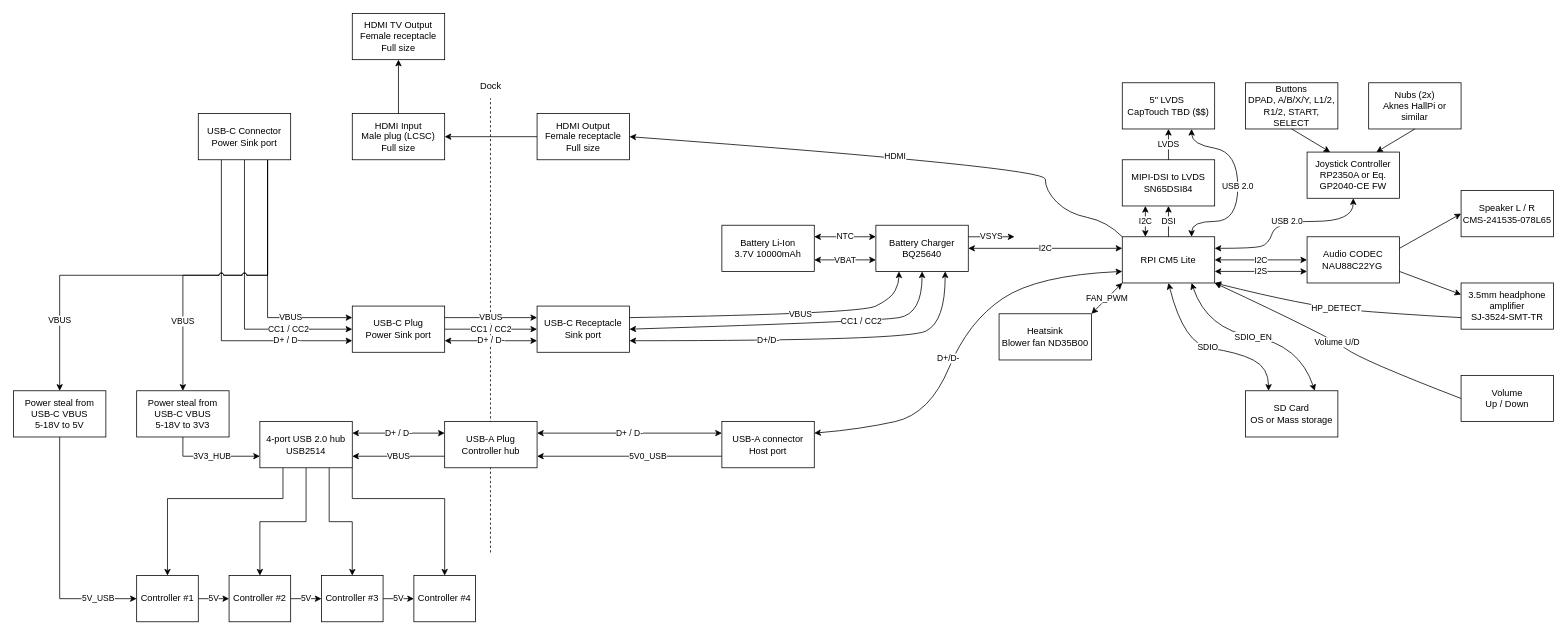
The draw.io diagram page "High-level overview" (1 of 2) of hardware/Rev1_00-0a/block diagram/Consolation - Block diagram.drawio in lecejeff/Consolation, before the edit. Source tidied: cells renumbered, new cells numbered last; positions are measured from the earlier drawing's top-left corner, leaving out a move shared by most shapes. Both pictures are drawn from the tidied source at 77%, with x=0, y=0 at pixel (13, 13).
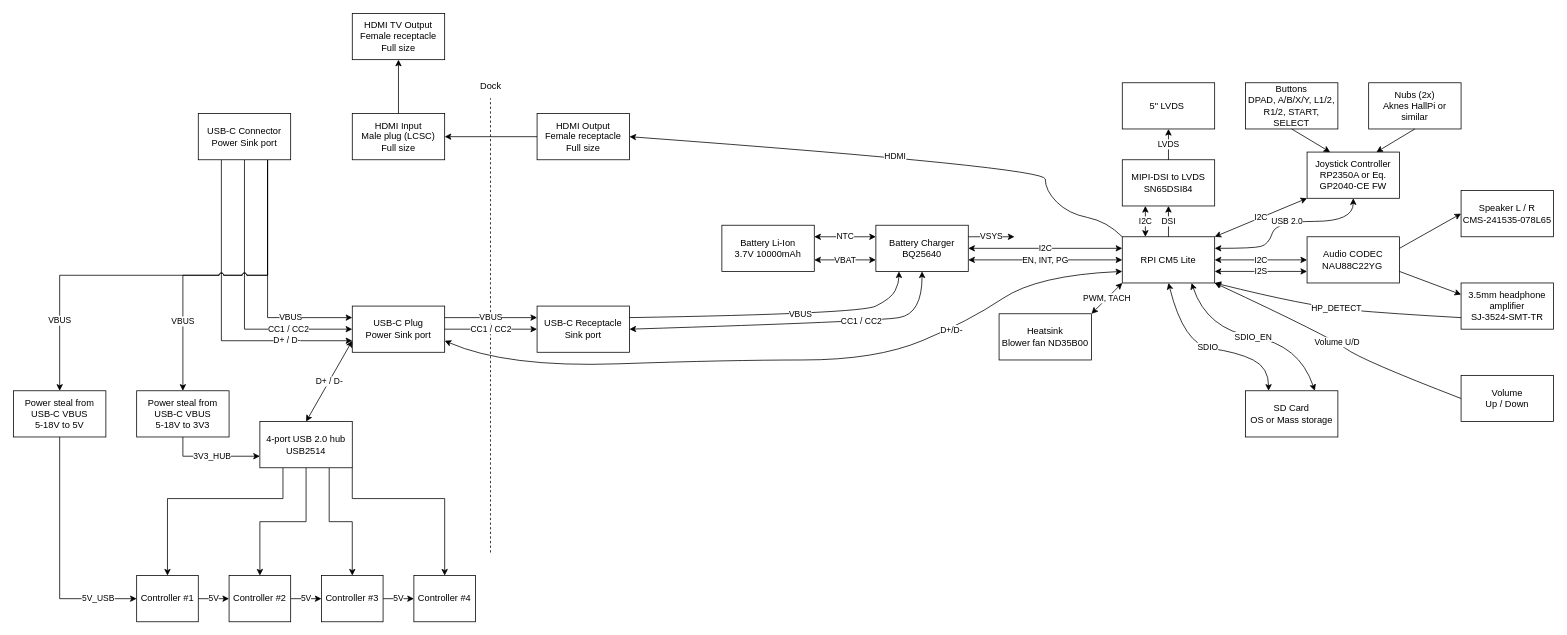
Above is the later version.

Unchanged cells that the change refers to:
```xml
<mxCell id="2" value="RPI CM5 Lite" style="rounded=0;whiteSpace=wrap;html=1;" parent="1" vertex="1">
  <mxGeometry x="1440" y="290" width="120" height="60" as="geometry" />
</mxCell>
<mxCell id="4" value="USB-C Receptacle&lt;br&gt;Sink port" style="rounded=0;whiteSpace=wrap;html=1;" parent="1" vertex="1">
  <mxGeometry x="680" y="380" width="120" height="60" as="geometry" />
</mxCell>
<mxCell id="6" value="MIPI-DSI to LVDS&lt;br&gt;SN65DSI84" style="rounded=0;whiteSpace=wrap;html=1;" parent="1" vertex="1">
  <mxGeometry x="1440" y="190" width="120" height="60" as="geometry" />
</mxCell>
<mxCell id="15" value="Audio CODEC&lt;br&gt;NAU88C22YG&lt;span style=&quot;white-space: pre;&quot;&gt;&#9;&lt;/span&gt;" style="rounded=0;whiteSpace=wrap;html=1;" parent="1" vertex="1">
  <mxGeometry x="1680" y="290" width="120" height="60" as="geometry" />
</mxCell>
<mxCell id="22" value="Joystick Controller&lt;br&gt;RP2350A or Eq.&lt;br&gt;GP2040-CE FW" style="rounded=0;whiteSpace=wrap;html=1;" parent="1" vertex="1">
  <mxGeometry x="1680" y="180" width="120" height="60" as="geometry" />
</mxCell>
<mxCell id="30" value="Battery Charger&lt;br&gt;BQ25640" style="rounded=0;whiteSpace=wrap;html=1;" parent="1" vertex="1">
  <mxGeometry x="1120" y="275" width="120" height="60" as="geometry" />
</mxCell>
<mxCell id="34" value="Heatsink&lt;br&gt;Blower fan ND35B00" style="rounded=0;whiteSpace=wrap;html=1;" parent="1" vertex="1">
  <mxGeometry x="1280" y="390" width="120" height="60" as="geometry" />
</mxCell>
<mxCell id="44" value="USB-C Plug&lt;br&gt;Power Sink port" style="rounded=0;whiteSpace=wrap;html=1;" parent="1" vertex="1">
  <mxGeometry x="440" y="380" width="120" height="60" as="geometry" />
</mxCell>
<mxCell id="52" value="4-port USB 2.0 hub&lt;br&gt;USB2514" style="rounded=0;whiteSpace=wrap;html=1;" parent="1" vertex="1">
  <mxGeometry x="320" y="530" width="120" height="60" as="geometry" />
</mxCell>
```

The edit, as a diff of the source:
```diff
@@
-    <mxCell id="5" value="5&quot; LVDS&amp;nbsp;&lt;div&gt;&lt;span style=&quot;color: light-dark(rgb(0, 0, 0), rgb(255, 128, 0));&quot;&gt;CapTouch TBD ($$)&lt;/span&gt;&lt;/div&gt;" style="rounded=0;whiteSpace=wrap;html=1;" parent="1" vertex="1">
+    <mxCell id="5" value="5&quot; LVDS&amp;nbsp;" style="rounded=0;whiteSpace=wrap;html=1;" parent="1" vertex="1">
       <mxGeometry x="1440" y="90" width="120" height="60" as="geometry" />
     </mxCell>
@@
-    <mxCell id="8" value="USB 2.0" style="curved=1;endArrow=classic;html=1;rounded=0;entryX=0.75;entryY=1;entryDx=0;entryDy=0;exitX=0.75;exitY=0;exitDx=0;exitDy=0;startArrow=classic;startFill=1;strokeColor=light-dark(#000000,#FF8000);" parent="1" edge="1" source="2" target="5">
-      <mxGeometry relative="1" as="geometry">
-        <Array as="points">
-          <mxPoint x="1530" y="270" />
-          <mxPoint x="1590" y="270" />
-          <mxPoint x="1590" y="180" />
-          <mxPoint x="1530" y="170" />
-          <mxPoint x="1530" y="150" />
-        </Array>
-      </mxGeometry>
-    </mxCell>
@@
-    <mxCell id="21" value="I2C" style="endArrow=classic;startArrow=classic;html=1;rounded=0;exitX=1;exitY=0.5;exitDx=0;exitDy=0;entryX=0;entryY=0.5;entryDx=0;entryDy=0;" parent="1" edge="1" source="2" target="15">
+    <mxCell id="21" value="I2C" style="endArrow=classic;startArrow=classic;html=1;rounded=0;exitX=1;exitY=0.5;exitDx=0;exitDy=0;entryX=0;entryY=0.5;entryDx=0;entryDy=0;strokeColor=light-dark(#000000,#00FFFF);" parent="1" edge="1" source="2" target="15">
       <mxGeometry relative="1" as="geometry" />
     </mxCell>
@@
-    <mxCell id="26" value="I2C" style="endArrow=classic;startArrow=classic;html=1;rounded=0;exitX=0.25;exitY=1;exitDx=0;exitDy=0;entryX=0.25;entryY=0;entryDx=0;entryDy=0;" parent="1" edge="1" source="6" target="2">
+    <mxCell id="26" value="I2C" style="endArrow=classic;startArrow=classic;html=1;rounded=0;exitX=0.25;exitY=1;exitDx=0;exitDy=0;entryX=0.25;entryY=0;entryDx=0;entryDy=0;strokeColor=light-dark(#000000,#00FFFF);" parent="1" edge="1" source="6" target="2">
       <mxGeometry relative="1" as="geometry" />
     </mxCell>
@@
-    <mxCell id="40" value="I2C" style="endArrow=classic;startArrow=classic;html=1;rounded=0;exitX=0;exitY=0.25;exitDx=0;exitDy=0;entryX=1;entryY=0.5;entryDx=0;entryDy=0;" parent="1" edge="1" source="2" target="30">
+    <mxCell id="40" value="I2C" style="endArrow=classic;startArrow=classic;html=1;rounded=0;exitX=0;exitY=0.25;exitDx=0;exitDy=0;entryX=1;entryY=0.5;entryDx=0;entryDy=0;strokeColor=light-dark(#000000,#00FFFF);" parent="1" edge="1" source="2" target="30">
       <mxGeometry relative="1" as="geometry" />
     </mxCell>
-    <mxCell id="41" value="D+/D-" style="curved=1;endArrow=classic;html=1;rounded=0;entryX=0.75;entryY=1;entryDx=0;entryDy=0;startArrow=classic;startFill=1;exitX=1;exitY=0.75;exitDx=0;exitDy=0;" parent="1" edge="1" source="4" target="30">
-      <mxGeometry x="-0.25" relative="1" as="geometry">
-        <Array as="points">
-          <mxPoint x="1160" y="425" />
-          <mxPoint x="1210" y="400" />
-        </Array>
-      </mxGeometry>
-    </mxCell>
@@
-    <mxCell id="47" value="D+ / D-" style="endArrow=classic;startArrow=classic;html=1;rounded=0;entryX=0;entryY=0.75;entryDx=0;entryDy=0;exitX=1;exitY=0.75;exitDx=0;exitDy=0;" parent="1" edge="1" source="44" target="4">
-      <mxGeometry relative="1" as="geometry" />
-    </mxCell>
@@
-    <mxCell id="66" value="USB-A Plug&lt;br&gt;Controller hub" style="rounded=0;whiteSpace=wrap;html=1;" parent="1" vertex="1">
-      <mxGeometry x="560" y="530" width="120" height="60" as="geometry" />
-    </mxCell>
-    <mxCell id="67" value="D+/D-" style="curved=1;endArrow=classic;html=1;rounded=0;entryX=0;entryY=0.75;entryDx=0;entryDy=0;startArrow=classic;startFill=1;exitX=1;exitY=0.25;exitDx=0;exitDy=0;" parent="1" edge="1" source="71" target="2">
-      <mxGeometry x="-0.09" y="5" relative="1" as="geometry">
+    <mxCell id="67" value="D+/D-" style="curved=1;endArrow=classic;html=1;rounded=0;entryX=0;entryY=0.75;entryDx=0;entryDy=0;startArrow=classic;startFill=1;exitX=1;exitY=0.75;exitDx=0;exitDy=0;" parent="1" edge="1" source="44" target="2">
+      <mxGeometry x="0.47" y="-2" relative="1" as="geometry">
         <Array as="points">
-          <mxPoint x="1100" y="540" />
-          <mxPoint x="1190" y="520" />
+          <mxPoint x="640" y="460" />
+          <mxPoint x="930" y="450" />
+          <mxPoint x="1120" y="450" />
           <mxPoint x="1240" y="400" />
           <mxPoint x="1330" y="340" />
         </Array>
       </mxGeometry>
     </mxCell>
-    <mxCell id="68" value="D+ / D-" style="endArrow=classic;startArrow=classic;html=1;rounded=0;entryX=0;entryY=0.25;entryDx=0;entryDy=0;exitX=1;exitY=0.25;exitDx=0;exitDy=0;" parent="1" edge="1" source="52" target="66">
+    <mxCell id="68" value="D+ / D-" style="endArrow=classic;startArrow=classic;html=1;rounded=0;entryX=0;entryY=0.75;entryDx=0;entryDy=0;exitX=0.5;exitY=0;exitDx=0;exitDy=0;" parent="1" edge="1" source="52" target="44">
       <mxGeometry relative="1" as="geometry" />
     </mxCell>
-    <mxCell id="69" value="VBUS" style="endArrow=classic;html=1;rounded=0;exitX=0;exitY=0.75;exitDx=0;exitDy=0;entryX=1;entryY=0.75;entryDx=0;entryDy=0;" parent="1" edge="1" source="66" target="52">
-      <mxGeometry relative="1" as="geometry" />
-    </mxCell>
-    <mxCell id="70" value="5V0_USB" style="endArrow=classic;html=1;rounded=0;entryX=1;entryY=0.75;entryDx=0;entryDy=0;exitX=0;exitY=0.75;exitDx=0;exitDy=0;" parent="1" edge="1" source="71" target="66">
-      <mxGeometry x="-0.2" relative="1" as="geometry" />
-    </mxCell>
-    <mxCell id="71" value="USB-A connector&lt;br&gt;Host port" style="rounded=0;whiteSpace=wrap;html=1;" parent="1" vertex="1">
-      <mxGeometry x="920" y="530" width="120" height="60" as="geometry" />
-    </mxCell>
-    <mxCell id="72" value="D+ / D-" style="endArrow=classic;startArrow=classic;html=1;rounded=0;entryX=0;entryY=0.25;entryDx=0;entryDy=0;exitX=1;exitY=0.25;exitDx=0;exitDy=0;" parent="1" edge="1" source="66" target="71">
-      <mxGeometry relative="1" as="geometry" />
-    </mxCell>
-    <mxCell id="73" value="FAN_PWM" style="endArrow=classic;startArrow=classic;html=1;rounded=0;exitX=0;exitY=1;exitDx=0;exitDy=0;entryX=1;entryY=0;entryDx=0;entryDy=0;" parent="1" edge="1" source="2" target="34">
+    <mxCell id="73" value="PWM, TACH" style="endArrow=classic;startArrow=classic;html=1;rounded=0;exitX=0;exitY=1;exitDx=0;exitDy=0;entryX=1;entryY=0;entryDx=0;entryDy=0;" parent="1" edge="1" source="2" target="34">
       <mxGeometry relative="1" as="geometry" />
     </mxCell>
@@
+    <mxCell id="81" value="EN, INT, PG" style="endArrow=classic;startArrow=classic;html=1;rounded=0;exitX=0;exitY=0.5;exitDx=0;exitDy=0;entryX=1;entryY=0.75;entryDx=0;entryDy=0;" parent="1" edge="1" source="2" target="30">
+      <mxGeometry relative="1" as="geometry" />
+    </mxCell>
+    <mxCell id="82" value="I2C" style="endArrow=classic;startArrow=classic;html=1;rounded=0;exitX=0;exitY=1;exitDx=0;exitDy=0;entryX=1;entryY=0;entryDx=0;entryDy=0;strokeColor=light-dark(#000000,#00FFFF);" parent="1" edge="1" source="22" target="2">
+      <mxGeometry relative="1" as="geometry" />
+    </mxCell>
```
